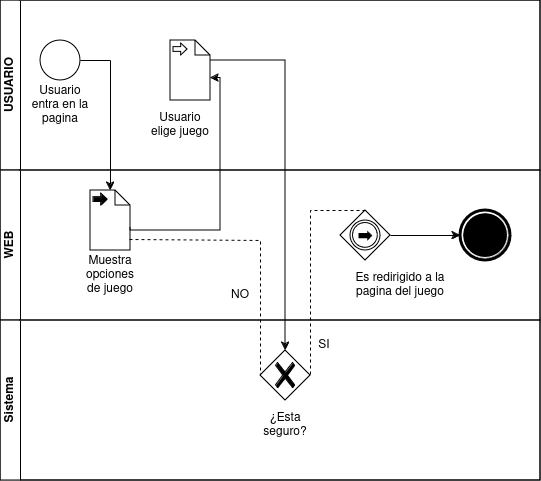
Above: JacaSportium/BPMN/BPMN_ELEJIR_JUEGO.drawio.png in MiguelLarintoo/JacaSportium (draw.io), before the change. Source tidied: cells renumbered, new cells last; positions are measured from the earlier drawing's top-left corner, leaving out a move shared by most shapes.
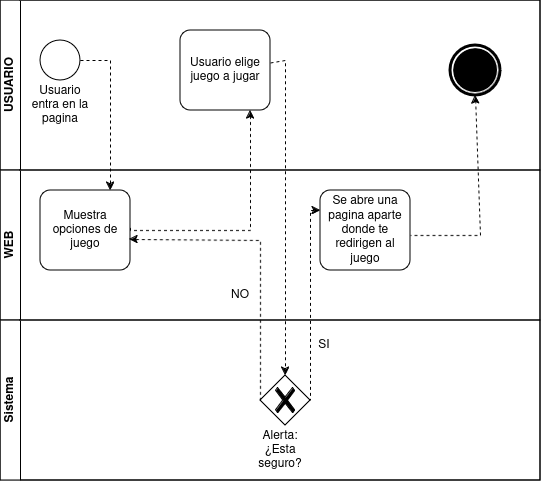
The same diagram one commit later.

What changed in the source:
```diff
@@ -1,4 +1,4 @@
-<mxGraphModel>
+<mxGraphModel background="#ffffff">
   <root>
     <mxCell id="0" />
     <mxCell id="1" parent="0" />
@@ -14,85 +14,84 @@
     <mxCell id="5" value="Usuario entra en la pagina" style="text;html=1;align=center;verticalAlign=middle;whiteSpace=wrap;rounded=0;" parent="3" vertex="1">
       <mxGeometry x="30" y="90" width="60" height="30" as="geometry" />
     </mxCell>
-    <mxCell id="6" style="shape=mxgraph.bpmn.data;labelPosition=center;verticalLabelPosition=bottom;align=center;verticalAlign=top;size=15;html=1;bpmnTransferType=input;" parent="3" vertex="1">
-      <mxGeometry x="170" y="40" width="40" height="60" as="geometry" />
-    </mxCell>
-    <mxCell id="7" value="Usuario elige juego" style="text;html=1;align=center;verticalAlign=middle;whiteSpace=wrap;rounded=0;" parent="3" vertex="1">
-      <mxGeometry x="150" y="110" width="60" height="30" as="geometry" />
-    </mxCell>
+    <mxCell id="26" value="Usuario elige juego a jugar" style="points=[[0.25,0,0],[0.5,0,0],[0.75,0,0],[1,0.25,0],[1,0.5,0],[1,0.75,0],[0.75,1,0],[0.5,1,0],[0.25,1,0],[0,0.75,0],[0,0.5,0],[0,0.25,0]];shape=mxgraph.bpmn.task;whiteSpace=wrap;rectStyle=rounded;size=10;html=1;taskMarker=abstract;" parent="3" vertex="1">
+      <mxGeometry x="180" y="30" width="90" height="80" as="geometry" />
+    </mxCell>
+    <mxCell id="14" style="points=[[0.145,0.145,0],[0.5,0,0],[0.855,0.145,0],[1,0.5,0],[0.855,0.855,0],[0.5,1,0],[0.145,0.855,0],[0,0.5,0]];shape=mxgraph.bpmn.event;html=1;verticalLabelPosition=bottom;labelBackgroundColor=#ffffff;verticalAlign=top;align=center;perimeter=ellipsePerimeter;outlineConnect=0;outline=end;symbol=terminate;" parent="3" vertex="1">
+      <mxGeometry x="450" y="45" width="50" height="50" as="geometry" />
+    </mxCell>
     <mxCell id="8" value="WEB" style="swimlane;html=1;startSize=20;horizontal=0;" parent="2" vertex="1">
       <mxGeometry y="170" width="540" height="150" as="geometry" />
     </mxCell>
-    <mxCell id="9" style="shape=mxgraph.bpmn.data;labelPosition=center;verticalLabelPosition=bottom;align=center;verticalAlign=top;size=15;html=1;bpmnTransferType=output;" parent="8" vertex="1">
-      <mxGeometry x="90" y="20" width="40" height="60" as="geometry" />
-    </mxCell>
+    <mxCell id="11" value="NO" style="text;html=1;align=center;verticalAlign=middle;whiteSpace=wrap;rounded=0;" parent="8" vertex="1">
+      <mxGeometry x="210" y="110" width="60" height="30" as="geometry" />
+    </mxCell>
+    <mxCell id="15" style="endArrow=classic;html=1;rounded=0;exitX=1;exitY=0.5;exitDx=0;exitDy=0;exitPerimeter=0;entryX=0.5;entryY=1;entryDx=0;entryDy=0;entryPerimeter=0;dashed=1;" parent="8" edge="1" target="14">
+      <mxGeometry relative="1" as="geometry">
+        <mxPoint x="390" y="65" as="sourcePoint" />
+        <Array as="points">
+          <mxPoint x="480" y="65" />
+        </Array>
+      </mxGeometry>
+    </mxCell>
-    <mxCell id="10" value="Muestra opciones de juego" style="text;html=1;align=center;verticalAlign=middle;whiteSpace=wrap;rounded=0;" parent="8" vertex="1">
-      <mxGeometry x="80" y="90" width="60" height="30" as="geometry" />
+    <mxCell id="10" value="Muestra opciones de juego" style="shape=mxgraph.bpmn.task;whiteSpace=wrap;rectStyle=rounded;size=10;html=1;taskMarker=abstract;" parent="8" vertex="1">
+      <mxGeometry x="40" y="20" width="90" height="80" as="geometry" />
     </mxCell>
-    <mxCell id="11" value="NO" style="text;html=1;align=center;verticalAlign=middle;whiteSpace=wrap;rounded=0;" parent="8" vertex="1">
-      <mxGeometry x="210" y="110" width="60" height="30" as="geometry" />
-    </mxCell>
-    <mxCell id="12" style="points=[[0.25,0.25,0],[0.5,0,0],[0.75,0.25,0],[1,0.5,0],[0.75,0.75,0],[0.5,1,0],[0.25,0.75,0],[0,0.5,0]];shape=mxgraph.bpmn.gateway2;html=1;verticalLabelPosition=bottom;labelBackgroundColor=#ffffff;verticalAlign=top;align=center;perimeter=rhombusPerimeter;outlineConnect=0;outline=throwing;symbol=link;" parent="8" vertex="1">
-      <mxGeometry x="340" y="40" width="50" height="50" as="geometry" />
-    </mxCell>
-    <mxCell id="13" value="Es redirigido a la pagina del juego" style="text;html=1;align=center;verticalAlign=middle;whiteSpace=wrap;rounded=0;" parent="8" vertex="1">
-      <mxGeometry x="350" y="100" width="100" height="30" as="geometry" />
-    </mxCell>
-    <mxCell id="14" style="points=[[0.145,0.145,0],[0.5,0,0],[0.855,0.145,0],[1,0.5,0],[0.855,0.855,0],[0.5,1,0],[0.145,0.855,0],[0,0.5,0]];shape=mxgraph.bpmn.event;html=1;verticalLabelPosition=bottom;labelBackgroundColor=#ffffff;verticalAlign=top;align=center;perimeter=ellipsePerimeter;outlineConnect=0;outline=end;symbol=terminate;" parent="8" vertex="1">
-      <mxGeometry x="460" y="40" width="50" height="50" as="geometry" />
-    </mxCell>
-    <mxCell id="15" style="endArrow=classic;html=1;rounded=0;exitX=1;exitY=0.5;exitDx=0;exitDy=0;exitPerimeter=0;" parent="8" edge="1" source="12" target="14">
-      <mxGeometry relative="1" as="geometry" />
-    </mxCell>
+    <mxCell id="27" value="Se abre una pagina aparte donde te redirigen al juego" style="points=[[0.25,0,0],[0.5,0,0],[0.75,0,0],[1,0.25,0],[1,0.5,0],[1,0.75,0],[0.75,1,0],[0.5,1,0],[0.25,1,0],[0,0.75,0],[0,0.5,0],[0,0.25,0]];shape=mxgraph.bpmn.task;whiteSpace=wrap;rectStyle=rounded;size=10;html=1;taskMarker=abstract;" parent="8" vertex="1">
+      <mxGeometry x="320" y="20" width="90" height="80" as="geometry" />
+    </mxCell>
-    <mxCell id="16" style="endArrow=classic;html=1;rounded=0;entryX=0.5;entryY=0;entryDx=0;entryDy=0;entryPerimeter=0;" parent="2" edge="1" target="9">
+    <mxCell id="16" style="endArrow=classic;html=1;rounded=0;entryX=0.5;entryY=0;entryDx=0;entryDy=0;entryPerimeter=0;dashed=1;" parent="2" edge="1">
       <mxGeometry relative="1" as="geometry">
         <mxPoint x="110" y="60" as="sourcePoint" />
+        <mxPoint x="110" y="190" as="targetPoint" />
       </mxGeometry>
     </mxCell>
-    <mxCell id="17" value="Sistema" style="swimlane;html=1;startSize=20;horizontal=0;" parent="2" vertex="1">
-      <mxGeometry y="320" width="540" height="160" as="geometry" />
-    </mxCell>
-    <mxCell id="18" style="points=[[0.25,0.25,0],[0.5,0,0],[0.75,0.25,0],[1,0.5,0],[0.75,0.75,0],[0.5,1,0],[0.25,0.75,0],[0,0.5,0]];shape=mxgraph.bpmn.gateway2;html=1;verticalLabelPosition=bottom;labelBackgroundColor=#ffffff;verticalAlign=top;align=center;perimeter=rhombusPerimeter;outlineConnect=0;outline=none;symbol=none;gwType=exclusive;" parent="17" vertex="1">
-      <mxGeometry x="260" y="30" width="50" height="50" as="geometry" />
-    </mxCell>
-    <mxCell id="19" value="¿Esta seguro?" style="text;html=1;align=center;verticalAlign=middle;whiteSpace=wrap;rounded=0;" parent="17" vertex="1">
-      <mxGeometry x="255" y="90" width="60" height="30" as="geometry" />
-    </mxCell>
-    <mxCell id="20" value="SI" style="text;html=1;align=center;verticalAlign=middle;whiteSpace=wrap;rounded=0;" parent="17" vertex="1">
-      <mxGeometry x="294" y="10" width="60" height="30" as="geometry" />
-    </mxCell>
-    <mxCell id="21" style="endArrow=classic;html=1;rounded=0;entryX=0.5;entryY=0;entryDx=0;entryDy=0;entryPerimeter=0;exitX=1;exitY=0.333;exitDx=0;exitDy=0;exitPerimeter=0;" parent="2" edge="1" source="6" target="18">
+    <mxCell id="21" style="endArrow=classic;html=1;rounded=0;entryX=0.5;entryY=0;entryDx=0;entryDy=0;entryPerimeter=0;dashed=1;" parent="2" edge="1" source="26">
       <mxGeometry relative="1" as="geometry">
+        <mxPoint x="285" y="375" as="targetPoint" />
         <Array as="points">
           <mxPoint x="285" y="60" />
           <mxPoint x="285" y="210" />
         </Array>
       </mxGeometry>
     </mxCell>
-    <mxCell id="22" style="edgeStyle=orthogonalEdgeStyle;rounded=0;jettySize=auto;html=1;endArrow=classic;endFill=1;entryX=0;entryY=0;entryDx=40;entryDy=37.5;entryPerimeter=0;exitX=0;exitY=0;exitDx=40;exitDy=37.5;exitPerimeter=0;" parent="2" edge="1" source="9" target="6">
+    <mxCell id="22" style="edgeStyle=orthogonalEdgeStyle;rounded=0;jettySize=auto;html=1;endArrow=classic;endFill=1;exitX=0;exitY=0;exitDx=40;exitDy=37.5;exitPerimeter=0;dashed=1;" parent="2" edge="1" target="26">
       <mxGeometry relative="1" as="geometry">
+        <mxPoint x="130" y="227.5" as="sourcePoint" />
         <Array as="points">
           <mxPoint x="130" y="230" />
-          <mxPoint x="220" y="230" />
-          <mxPoint x="220" y="78" />
+          <mxPoint x="250" y="230" />
         </Array>
       </mxGeometry>
     </mxCell>
-    <mxCell id="23" style="endArrow=none;dashed=1;html=1;rounded=0;exitX=0.975;exitY=0.817;exitDx=0;exitDy=0;exitPerimeter=0;entryX=0;entryY=0.5;entryDx=0;entryDy=0;entryPerimeter=0;" parent="2" edge="1" source="9" target="18">
+    <mxCell id="23" style="endArrow=none;dashed=1;html=1;rounded=0;exitX=0.975;exitY=0.817;exitDx=0;exitDy=0;exitPerimeter=0;entryX=0;entryY=0.5;entryDx=0;entryDy=0;entryPerimeter=0;startArrow=classic;startFill=1;" parent="2" edge="1" target="28">
       <mxGeometry relative="1" as="geometry">
+        <mxPoint x="129" y="239" as="sourcePoint" />
         <Array as="points">
           <mxPoint x="260" y="240" />
         </Array>
       </mxGeometry>
     </mxCell>
-    <mxCell id="24" style="endArrow=none;dashed=1;html=1;rounded=0;exitX=0.5;exitY=0;exitDx=0;exitDy=0;exitPerimeter=0;entryX=1;entryY=0.5;entryDx=0;entryDy=0;entryPerimeter=0;" parent="2" edge="1" source="12" target="18">
+    <mxCell id="24" style="endArrow=none;dashed=1;html=1;rounded=0;exitX=0;exitY=0.25;exitDx=0;exitDy=0;exitPerimeter=0;entryX=1;entryY=0.5;entryDx=0;entryDy=0;entryPerimeter=0;endFill=0;startArrow=classic;startFill=1;" parent="2" edge="1" source="27" target="28">
       <mxGeometry relative="1" as="geometry">
         <Array as="points">
           <mxPoint x="310" y="210" />
         </Array>
       </mxGeometry>
     </mxCell>
+    <mxCell id="17" value="Sistema" style="swimlane;html=1;startSize=20;horizontal=0;" parent="2" vertex="1">
+      <mxGeometry y="320" width="540" height="160" as="geometry" />
+    </mxCell>
+    <mxCell id="20" value="SI" style="text;html=1;align=center;verticalAlign=middle;whiteSpace=wrap;rounded=0;" parent="17" vertex="1">
+      <mxGeometry x="294" y="10" width="60" height="30" as="geometry" />
+    </mxCell>
+    <mxCell id="28" style="points=[[0.25,0.25,0],[0.5,0,0],[0.75,0.25,0],[1,0.5,0],[0.75,0.75,0],[0.5,1,0],[0.25,0.75,0],[0,0.5,0]];shape=mxgraph.bpmn.gateway2;html=1;verticalLabelPosition=bottom;labelBackgroundColor=#ffffff;verticalAlign=top;align=center;perimeter=rhombusPerimeter;outlineConnect=0;outline=none;symbol=none;gwType=exclusive;" parent="17" vertex="1">
+      <mxGeometry x="260" y="55" width="50" height="50" as="geometry" />
+    </mxCell>
+    <mxCell id="29" value="Alerta: ¿Esta seguro?" style="text;html=1;align=center;verticalAlign=middle;whiteSpace=wrap;rounded=0;" parent="17" vertex="1">
+      <mxGeometry x="250" y="115" width="60" height="30" as="geometry" />
+    </mxCell>
-    <mxCell id="25" style="endArrow=none;html=1;rounded=0;exitX=1;exitY=0.5;exitDx=0;exitDy=0;" parent="1" edge="1" source="4">
+    <mxCell id="25" style="endArrow=none;html=1;rounded=0;exitX=1;exitY=0.5;exitDx=0;exitDy=0;dashed=1;" parent="1" edge="1" source="4">
       <mxGeometry relative="1" as="geometry">
         <mxPoint x="110" y="60" as="targetPoint" />
       </mxGeometry>
```
